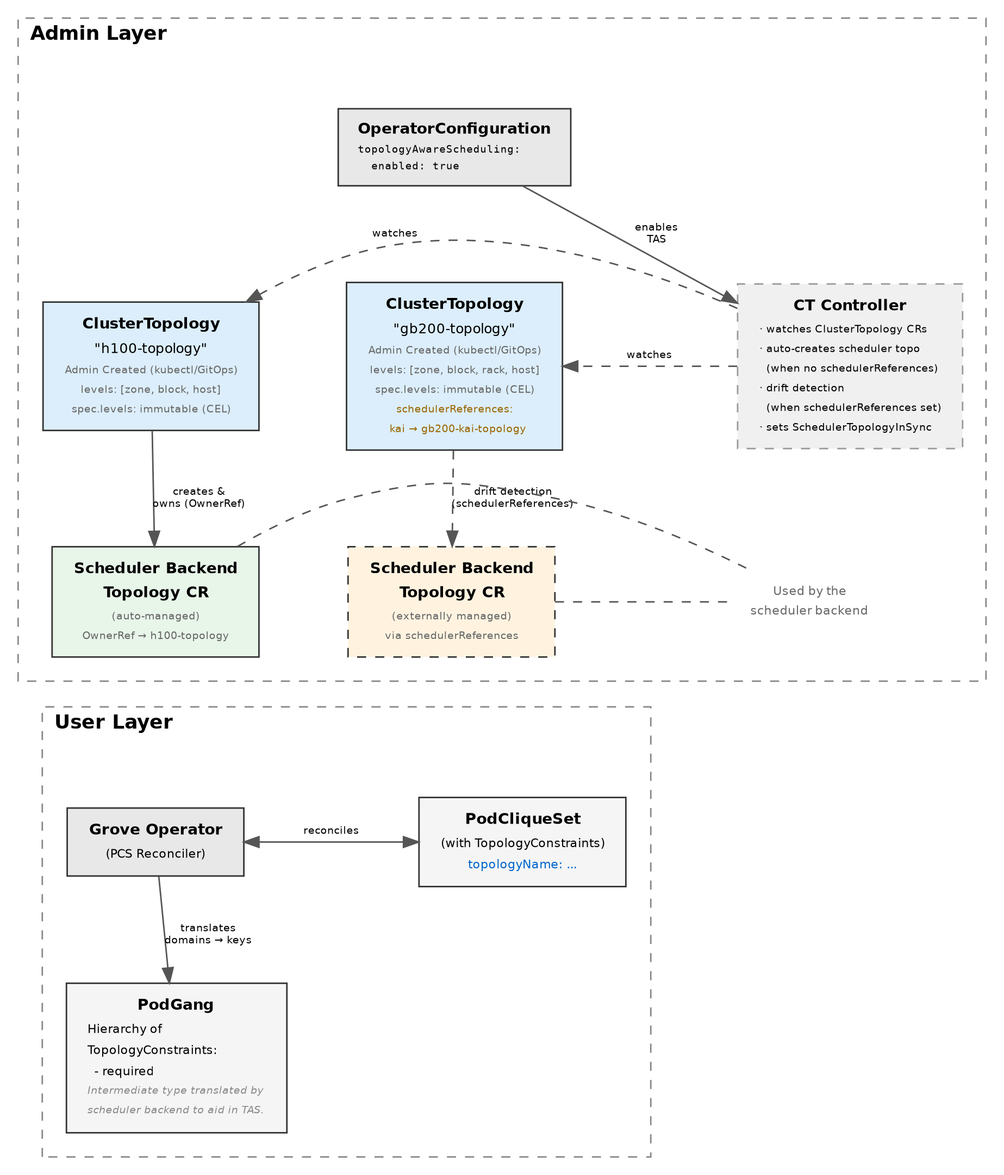
ai-dynamo/grove keeps this Graphviz diagram as docs/proposals/244-topology-aware-scheduling/assets/tas-highlevel-architecture.png. Above is the earlier version. Its source is kept beside it as docs/proposals/244-topology-aware-scheduling/assets/tas-highlevel-architecture.dot. The source it was exported from:
```dot
digraph TASArchitecture {
    rankdir=TB;
    fontname="Helvetica";
    fontsize=11;
    node [fontname="Helvetica", fontsize=10, shape=box, style="filled", fillcolor="#f5f5f5", color="#333333", margin="0.15,0.1"];
    edge [fontname="Helvetica", fontsize=7, color="#555555"];
    nodesep=0.8;
    ranksep=0.65;
    newrank=true;

    subgraph cluster_admin {
        label="Admin Layer";
        labeljust="l";
        labelloc="t";
        fontsize=13;
        fontname="Helvetica-Bold";
        style="dashed";
        color="#888888";
        bgcolor="#ffffff";
        margin="16";

        opconfig [
            label=<
            <TABLE BORDER="0" CELLBORDER="0" CELLSPACING="1" CELLPADDING="1">
            <TR><TD><B>OperatorConfiguration</B></TD></TR>
            <TR><TD ALIGN="LEFT"><FONT POINT-SIZE="7.5" FACE="Courier">topologyAwareScheduling:</FONT></TD></TR>
            <TR><TD ALIGN="LEFT"><FONT POINT-SIZE="7.5" FACE="Courier">  enabled: true</FONT></TD></TR>
            </TABLE>>,
            shape=box,
            fillcolor="#e8e8e8"
        ];

        ct_h100 [
            label=<
            <TABLE BORDER="0" CELLBORDER="0" CELLSPACING="1" CELLPADDING="2">
            <TR><TD><B>ClusterTopology</B></TD></TR>
            <TR><TD><FONT POINT-SIZE="9">"h100-topology"</FONT></TD></TR>
            <TR><TD><FONT POINT-SIZE="7" COLOR="#666666">Admin Created (kubectl/GitOps)</FONT></TD></TR>
            <TR><TD><FONT POINT-SIZE="7" COLOR="#666666">levels: [zone, block, host]</FONT></TD></TR>
            <TR><TD><FONT POINT-SIZE="7" COLOR="#666666">spec.levels: immutable (CEL)</FONT></TD></TR>
            </TABLE>>,
            fillcolor="#dceefb"
        ];

        ct_gb200 [
            label=<
            <TABLE BORDER="0" CELLBORDER="0" CELLSPACING="1" CELLPADDING="2">
            <TR><TD><B>ClusterTopology</B></TD></TR>
            <TR><TD><FONT POINT-SIZE="9">"gb200-topology"</FONT></TD></TR>
            <TR><TD><FONT POINT-SIZE="7" COLOR="#666666">Admin Created (kubectl/GitOps)</FONT></TD></TR>
            <TR><TD><FONT POINT-SIZE="7" COLOR="#666666">levels: [zone, block, rack, host]</FONT></TD></TR>
            <TR><TD><FONT POINT-SIZE="7" COLOR="#666666">spec.levels: immutable (CEL)</FONT></TD></TR>
            <TR><TD><FONT POINT-SIZE="7" COLOR="#996600">schedulerReferences:</FONT></TD></TR>
            <TR><TD><FONT POINT-SIZE="7" COLOR="#996600">  kai → gb200-kai-topology</FONT></TD></TR>
            </TABLE>>,
            fillcolor="#dceefb"
        ];

        ct_controller [
            label=<
            <TABLE BORDER="0" CELLBORDER="0" CELLSPACING="1" CELLPADDING="2">
            <TR><TD><B>CT Controller</B></TD></TR>
            <TR><TD ALIGN="LEFT"><FONT POINT-SIZE="7">· watches ClusterTopology CRs</FONT></TD></TR>
            <TR><TD ALIGN="LEFT"><FONT POINT-SIZE="7">· auto-creates scheduler topo</FONT></TD></TR>
            <TR><TD ALIGN="LEFT"><FONT POINT-SIZE="7">  (when no schedulerReferences)</FONT></TD></TR>
            <TR><TD ALIGN="LEFT"><FONT POINT-SIZE="7">· drift detection</FONT></TD></TR>
            <TR><TD ALIGN="LEFT"><FONT POINT-SIZE="7">  (when schedulerReferences set)</FONT></TD></TR>
            <TR><TD ALIGN="LEFT"><FONT POINT-SIZE="7">· sets SchedulerTopologyInSync</FONT></TD></TR>
            </TABLE>>,
            shape=box,
            style="filled,dashed",
            fillcolor="#f0f0f0",
            color="#999999"
        ];

        sched_h100 [
            label=<
            <TABLE BORDER="0" CELLBORDER="0" CELLSPACING="1" CELLPADDING="2">
            <TR><TD><B>Scheduler Backend</B></TD></TR>
            <TR><TD><B>Topology CR</B></TD></TR>
            <TR><TD><FONT POINT-SIZE="7" COLOR="#666666">(auto-managed)</FONT></TD></TR>
            <TR><TD><FONT POINT-SIZE="7" COLOR="#666666">OwnerRef → h100-topology</FONT></TD></TR>
            </TABLE>>,
            fillcolor="#e8f5e9"
        ];

        sched_gb200 [
            label=<
            <TABLE BORDER="0" CELLBORDER="0" CELLSPACING="1" CELLPADDING="2">
            <TR><TD><B>Scheduler Backend</B></TD></TR>
            <TR><TD><B>Topology CR</B></TD></TR>
            <TR><TD><FONT POINT-SIZE="7" COLOR="#666666">(externally managed)</FONT></TD></TR>
            <TR><TD><FONT POINT-SIZE="7" COLOR="#666666">via schedulerReferences</FONT></TD></TR>
            </TABLE>>,
            fillcolor="#fff3e0",
            style="filled,dashed"
        ];

        scheduler_label [
            label=<
            <TABLE BORDER="0" CELLBORDER="0" CELLSPACING="0">
            <TR><TD><FONT POINT-SIZE="8" COLOR="#666666">Used by the</FONT></TD></TR>
            <TR><TD><FONT POINT-SIZE="8" COLOR="#666666">scheduler backend</FONT></TD></TR>
            </TABLE>>,
            shape=plaintext,
            fillcolor="transparent",
            style=""
        ];

        {rank=same; ct_h100; ct_gb200; ct_controller}
        {rank=same; sched_h100; sched_gb200; scheduler_label}
    }

    subgraph cluster_user {
        label="User Layer";
        labeljust="l";
        labelloc="t";
        fontsize=13;
        fontname="Helvetica-Bold";
        style="dashed";
        color="#888888";
        bgcolor="#ffffff";
        margin="16";

        grove_operator [
            label=<
            <TABLE BORDER="0" CELLBORDER="0" CELLSPACING="1" CELLPADDING="2">
            <TR><TD><B>Grove Operator</B></TD></TR>
            <TR><TD><FONT POINT-SIZE="8">(PCS Reconciler)</FONT></TD></TR>
            </TABLE>>,
            fillcolor="#e8e8e8"
        ];

        pcs [
            label=<
            <TABLE BORDER="0" CELLBORDER="0" CELLSPACING="1" CELLPADDING="2">
            <TR><TD><B>PodCliqueSet</B></TD></TR>
            <TR><TD><FONT POINT-SIZE="8">(with TopologyConstraints)</FONT></TD></TR>
            <TR><TD><FONT POINT-SIZE="8" COLOR="#0066cc">topologyName: ...</FONT></TD></TR>
            </TABLE>>,
            fillcolor="#f5f5f5"
        ];

        podgang [
            label=<
            <TABLE BORDER="0" CELLBORDER="0" CELLSPACING="1" CELLPADDING="2">
            <TR><TD><B>PodGang</B></TD></TR>
            <TR><TD ALIGN="LEFT"><FONT POINT-SIZE="8">Hierarchy of</FONT></TD></TR>
            <TR><TD ALIGN="LEFT"><FONT POINT-SIZE="8">TopologyConstraints:</FONT></TD></TR>
            <TR><TD ALIGN="LEFT"><FONT POINT-SIZE="8">  - required</FONT></TD></TR>
            <TR><TD><FONT POINT-SIZE="7" COLOR="#888888"><I>Intermediate type translated by</I></FONT></TD></TR>
            <TR><TD><FONT POINT-SIZE="7" COLOR="#888888"><I>scheduler backend to aid in TAS.</I></FONT></TD></TR>
            </TABLE>>,
            fillcolor="#f5f5f5"
        ];

        {rank=same; grove_operator; pcs}
    }


    opconfig -> ct_controller [label="  enables\n  TAS"];

    opconfig -> ct_h100 [style=invis];
    opconfig -> ct_gb200 [style=invis];

    ct_controller -> ct_h100 [label="watches", style=dashed, constraint=false];
    ct_controller -> ct_gb200 [label="watches", style=dashed, constraint=false];

    ct_h100 -> sched_h100 [label="creates &\nowns (OwnerRef)"];
    ct_gb200 -> sched_gb200 [label="drift detection\n(schedulerReferences)", style=dashed];

    sched_h100 -> scheduler_label [style=dashed, arrowhead=none];
    sched_gb200 -> scheduler_label [style=dashed, arrowhead=none];

    grove_operator -> pcs [label="reconciles", dir=both];
    grove_operator -> podgang [label="translates\ndomains → keys"];

    sched_h100 -> grove_operator [style=invis];
}
```
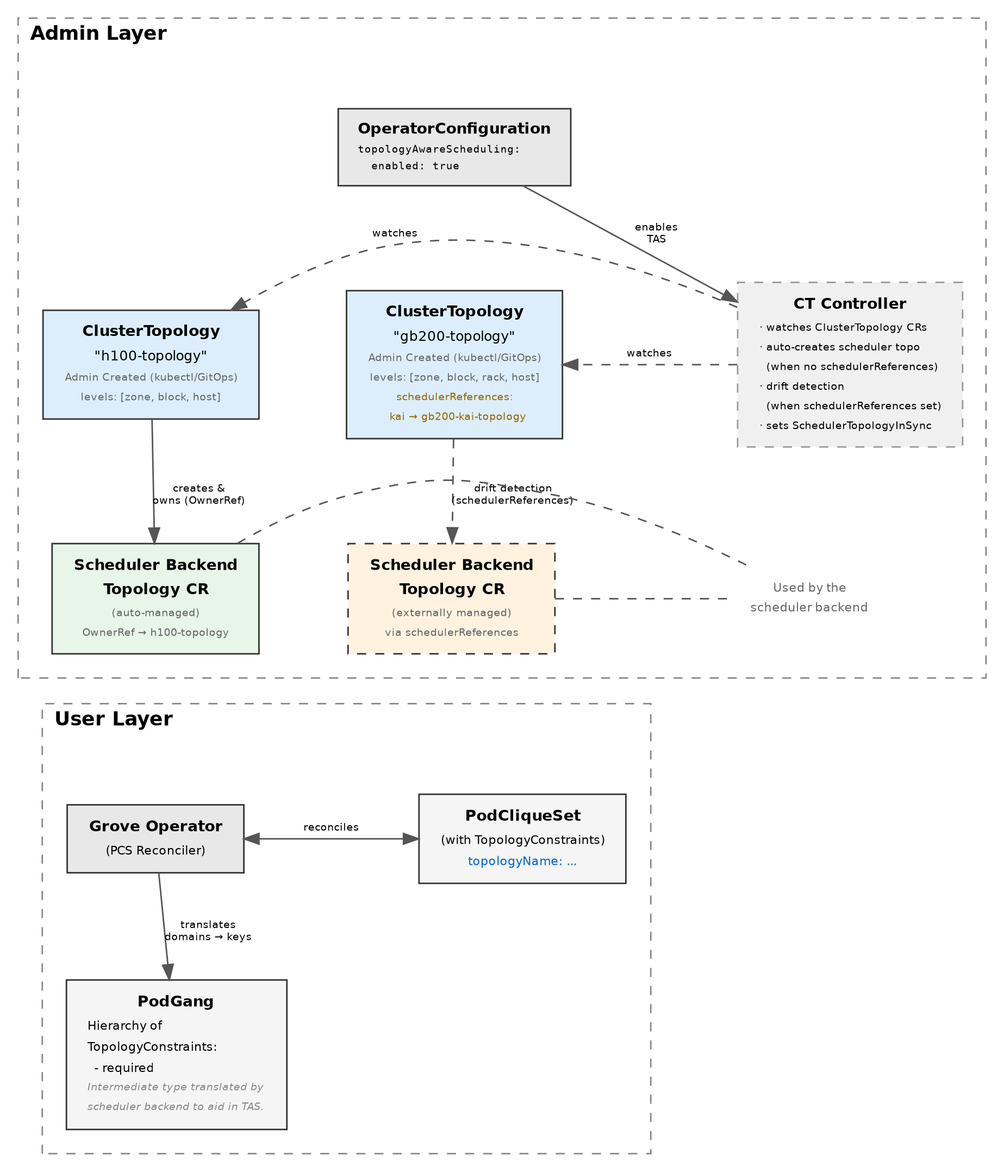
After the commit.

Commit message:
relax ClusterTopology spec.levels to be mutable

What changed in the source:
```diff
@@ -37,7 +37,6 @@
             <TR><TD><FONT POINT-SIZE="9">"h100-topology"</FONT></TD></TR>
             <TR><TD><FONT POINT-SIZE="7" COLOR="#666666">Admin Created (kubectl/GitOps)</FONT></TD></TR>
             <TR><TD><FONT POINT-SIZE="7" COLOR="#666666">levels: [zone, block, host]</FONT></TD></TR>
-            <TR><TD><FONT POINT-SIZE="7" COLOR="#666666">spec.levels: immutable (CEL)</FONT></TD></TR>
             </TABLE>>,
             fillcolor="#dceefb"
         ];
@@ -49,7 +48,6 @@
             <TR><TD><FONT POINT-SIZE="9">"gb200-topology"</FONT></TD></TR>
             <TR><TD><FONT POINT-SIZE="7" COLOR="#666666">Admin Created (kubectl/GitOps)</FONT></TD></TR>
             <TR><TD><FONT POINT-SIZE="7" COLOR="#666666">levels: [zone, block, rack, host]</FONT></TD></TR>
-            <TR><TD><FONT POINT-SIZE="7" COLOR="#666666">spec.levels: immutable (CEL)</FONT></TD></TR>
             <TR><TD><FONT POINT-SIZE="7" COLOR="#996600">schedulerReferences:</FONT></TD></TR>
             <TR><TD><FONT POINT-SIZE="7" COLOR="#996600">  kai → gb200-kai-topology</FONT></TD></TR>
             </TABLE>>,
```
